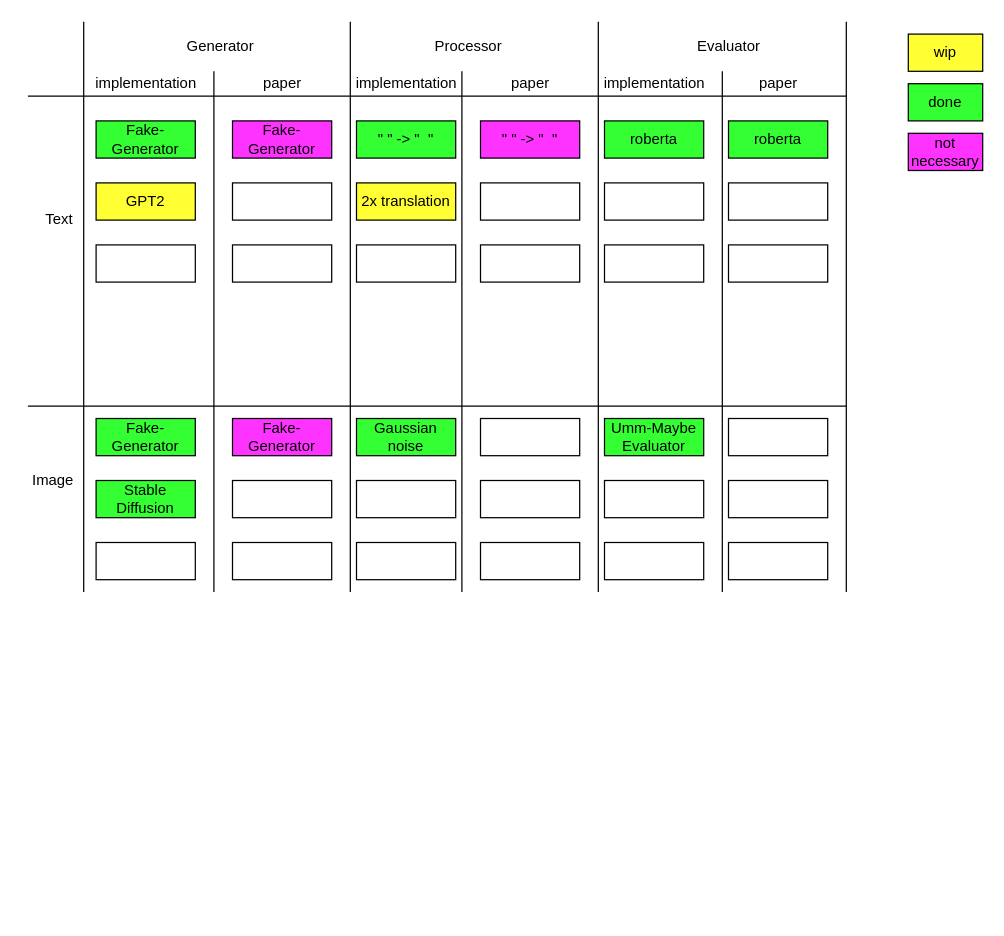
This is documentation/Overview ImplementationPaper.drawio from Ctrl-Alt-Defeat-Foundation-Models/informatiCup2024, a draw.io file, before an edit. Source tidied: cells renumbered, new cells numbered last; positions are measured from the earlier drawing's top-left corner, leaving out a move shared by most shapes. Both pictures are drawn from the tidied source at 124%, with x=0, y=0 at pixel (21, 21).
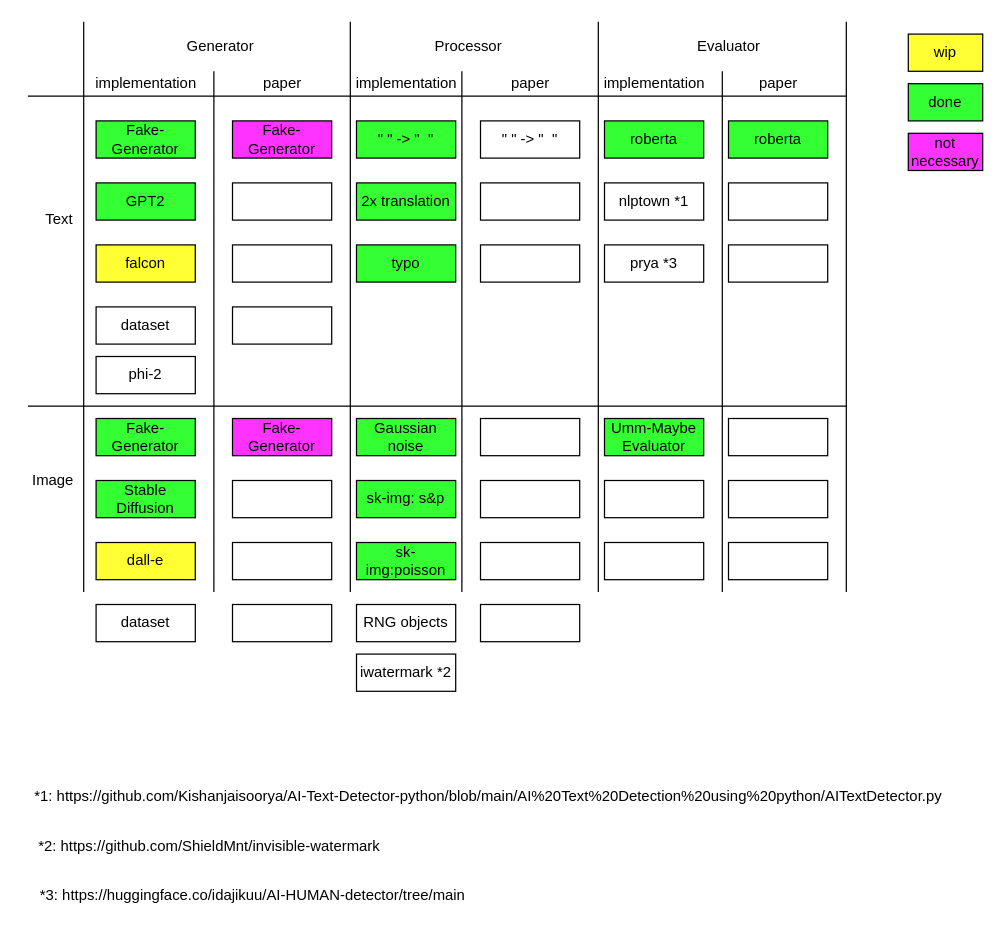
After the change.

What changed in the source:
```diff
@@
-    <mxCell id="6" value="GPT2" style="rounded=0;whiteSpace=wrap;html=1;fillColor=#FFFF33;" parent="1" vertex="1">
+    <mxCell id="6" value="GPT2" style="rounded=0;whiteSpace=wrap;html=1;fillColor=#33FF33;" parent="1" vertex="1">
       <mxGeometry x="60" y="130" width="80" height="30" as="geometry" />
     </mxCell>
@@
-    <mxCell id="10" style="rounded=0;whiteSpace=wrap;html=1;" parent="1" vertex="1">
+    <mxCell id="10" value="falcon" style="rounded=0;whiteSpace=wrap;html=1;fillColor=#FFFF33;" parent="1" vertex="1">
       <mxGeometry x="60" y="180" width="80" height="30" as="geometry" />
     </mxCell>
@@
-    <mxCell id="12" value="2x translation" style="rounded=0;whiteSpace=wrap;html=1;fillColor=#FFFF33;" parent="1" vertex="1">
+    <mxCell id="12" value="2x translation" style="rounded=0;whiteSpace=wrap;html=1;fillColor=#33FF33;" parent="1" vertex="1">
       <mxGeometry x="270" y="130" width="80" height="30" as="geometry" />
     </mxCell>
-    <mxCell id="13" style="rounded=0;whiteSpace=wrap;html=1;" parent="1" vertex="1">
+    <mxCell id="13" value="typo" style="rounded=0;whiteSpace=wrap;html=1;fillColor=#33FF33;" parent="1" vertex="1">
       <mxGeometry x="270" y="180" width="80" height="30" as="geometry" />
     </mxCell>
@@
-    <mxCell id="15" style="rounded=0;whiteSpace=wrap;html=1;" parent="1" vertex="1">
+    <mxCell id="15" value="nlptown *1" style="rounded=0;whiteSpace=wrap;html=1;" parent="1" vertex="1">
       <mxGeometry x="470" y="130" width="80" height="30" as="geometry" />
     </mxCell>
-    <mxCell id="16" style="rounded=0;whiteSpace=wrap;html=1;" parent="1" vertex="1">
+    <mxCell id="16" value="prya *3" style="rounded=0;whiteSpace=wrap;html=1;" parent="1" vertex="1">
       <mxGeometry x="470" y="180" width="80" height="30" as="geometry" />
     </mxCell>
@@
-    <mxCell id="18" style="rounded=0;whiteSpace=wrap;html=1;" parent="1" vertex="1">
+    <mxCell id="18" value="dall-e" style="rounded=0;whiteSpace=wrap;html=1;fillColor=#FFFF33;" parent="1" vertex="1">
       <mxGeometry x="60" y="420" width="80" height="30" as="geometry" />
     </mxCell>
-    <mxCell id="19" style="rounded=0;whiteSpace=wrap;html=1;" parent="1" vertex="1">
+    <mxCell id="19" value="sk-img: s&amp;amp;p" style="rounded=0;whiteSpace=wrap;html=1;fillColor=#33FF33;" parent="1" vertex="1">
       <mxGeometry x="270" y="370" width="80" height="30" as="geometry" />
     </mxCell>
-    <mxCell id="20" style="rounded=0;whiteSpace=wrap;html=1;" parent="1" vertex="1">
+    <mxCell id="20" value="sk-img:poisson " style="rounded=0;whiteSpace=wrap;html=1;fillColor=#33FF33;" parent="1" vertex="1">
       <mxGeometry x="270" y="420" width="80" height="30" as="geometry" />
     </mxCell>
@@
-    <mxCell id="38" value="&quot; &quot; -&amp;gt; &quot;&amp;nbsp; &quot;" style="rounded=0;whiteSpace=wrap;html=1;fillColor=#FF33FF;" parent="1" vertex="1">
+    <mxCell id="38" value="&quot; &quot; -&amp;gt; &quot;&amp;nbsp; &quot;" style="rounded=0;whiteSpace=wrap;html=1;fillColor=#FFFFFF;" parent="1" vertex="1">
       <mxGeometry x="370" y="80" width="80" height="30" as="geometry" />
     </mxCell>
@@
     <mxCell id="49" style="rounded=0;whiteSpace=wrap;html=1;" parent="1" vertex="1">
-      <mxGeometry x="370" y="420" width="80" height="30" as="geometry" />
+      <mxGeometry x="370" y="470" width="80" height="30" as="geometry" />
     </mxCell>
@@
+    <mxCell id="61" value="phi-2" style="rounded=0;whiteSpace=wrap;html=1;fillColor=#FFFFFF;" parent="1" vertex="1">
+      <mxGeometry x="60" y="270" width="80" height="30" as="geometry" />
+    </mxCell>
+    <mxCell id="62" style="rounded=0;whiteSpace=wrap;html=1;" parent="1" vertex="1">
+      <mxGeometry x="170" y="230" width="80" height="30" as="geometry" />
+    </mxCell>
+    <mxCell id="63" value="dataset" style="rounded=0;whiteSpace=wrap;html=1;" parent="1" vertex="1">
+      <mxGeometry x="60" y="470" width="80" height="30" as="geometry" />
+    </mxCell>
+    <mxCell id="64" style="rounded=0;whiteSpace=wrap;html=1;" parent="1" vertex="1">
+      <mxGeometry x="170" y="470" width="80" height="30" as="geometry" />
+    </mxCell>
+    <mxCell id="65" value="dataset" style="rounded=0;whiteSpace=wrap;html=1;" parent="1" vertex="1">
+      <mxGeometry x="60" y="230" width="80" height="30" as="geometry" />
+    </mxCell>
+    <mxCell id="66" value="RNG objects" style="rounded=0;whiteSpace=wrap;html=1;" parent="1" vertex="1">
+      <mxGeometry x="270" y="470" width="80" height="30" as="geometry" />
+    </mxCell>
+    <mxCell id="67" style="rounded=0;whiteSpace=wrap;html=1;" parent="1" vertex="1">
+      <mxGeometry x="370" y="420" width="80" height="30" as="geometry" />
+    </mxCell>
+    <mxCell id="68" value="&lt;div&gt;*1: https://github.com/Kishanjaisoorya/AI-Text-Detector-python/blob/main/AI%20Text%20Detection%20using%20python/AITextDetector.py&lt;br&gt;&lt;/div&gt;" style="text;html=1;align=center;verticalAlign=middle;strokeColor=none;fillColor=none;" parent="1" vertex="1">
+      <mxGeometry x="1" y="610" width="750" height="30" as="geometry" />
+    </mxCell>
+    <mxCell id="69" value="iwatermark *2" style="rounded=0;whiteSpace=wrap;html=1;" parent="1" vertex="1">
+      <mxGeometry x="270" y="510" width="80" height="30" as="geometry" />
+    </mxCell>
+    <mxCell id="70" value="*2: https://github.com/ShieldMnt/invisible-watermark" style="text;html=1;align=center;verticalAlign=middle;strokeColor=none;fillColor=none;" parent="1" vertex="1">
+      <mxGeometry x="1" y="650" width="300" height="30" as="geometry" />
+    </mxCell>
+    <mxCell id="71" value="*3: https://huggingface.co/idajikuu/AI-HUMAN-detector/tree/main" style="text;html=1;align=center;verticalAlign=middle;strokeColor=none;fillColor=none;" parent="1" vertex="1">
+      <mxGeometry x="1" y="690" width="370" height="30" as="geometry" />
+    </mxCell>
```
